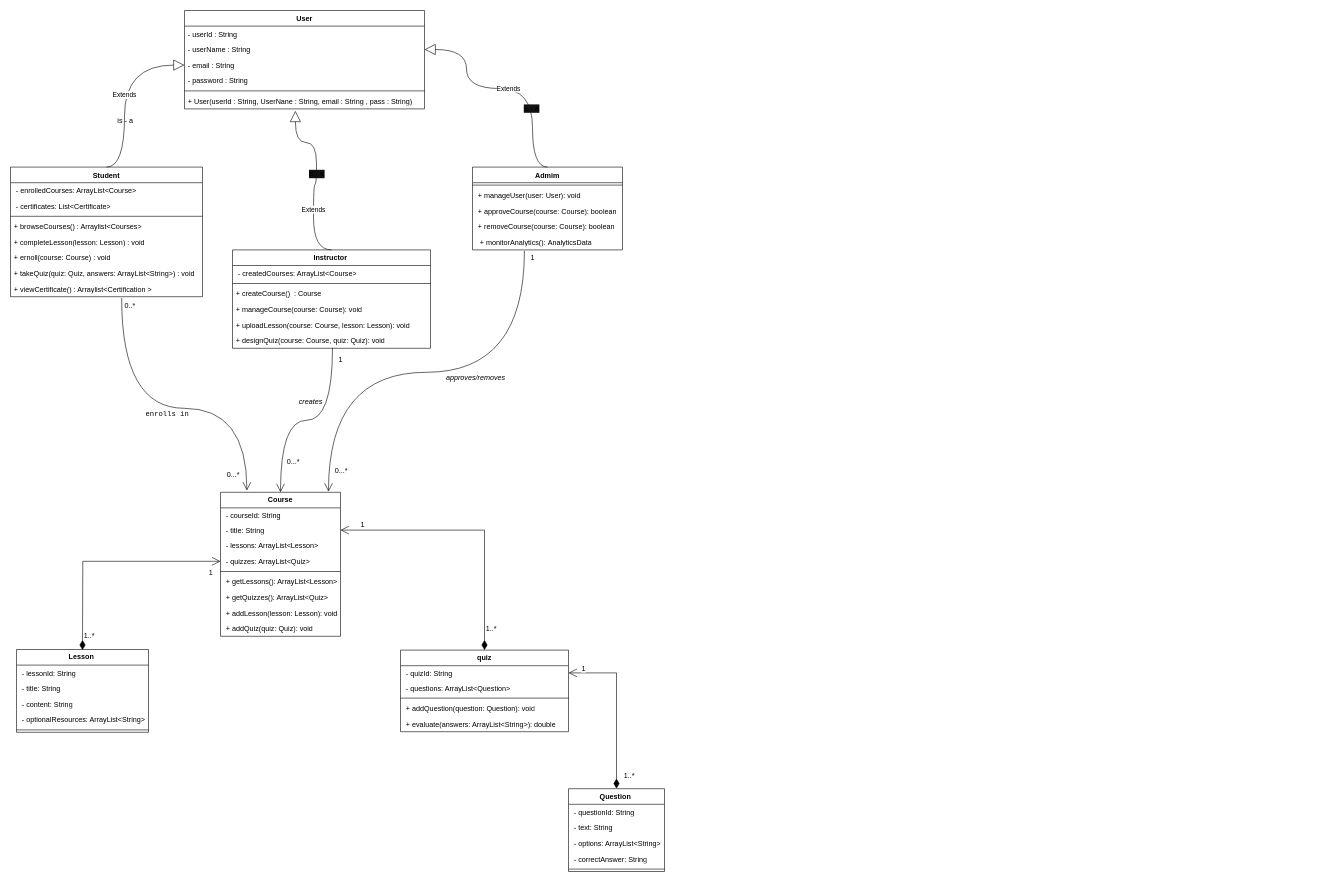
Above: Class Diagram.drawio in Abd-El-Rahman-Mohammed-Aref/Lab6 (draw.io), before the change. Source tidied: cells renumbered, new cells numbered last; positions are measured from the earlier drawing's top-left corner, leaving out a move shared by most shapes. Both pictures are drawn from the tidied source at 60%, with x=0, y=0 at pixel (10, 10).
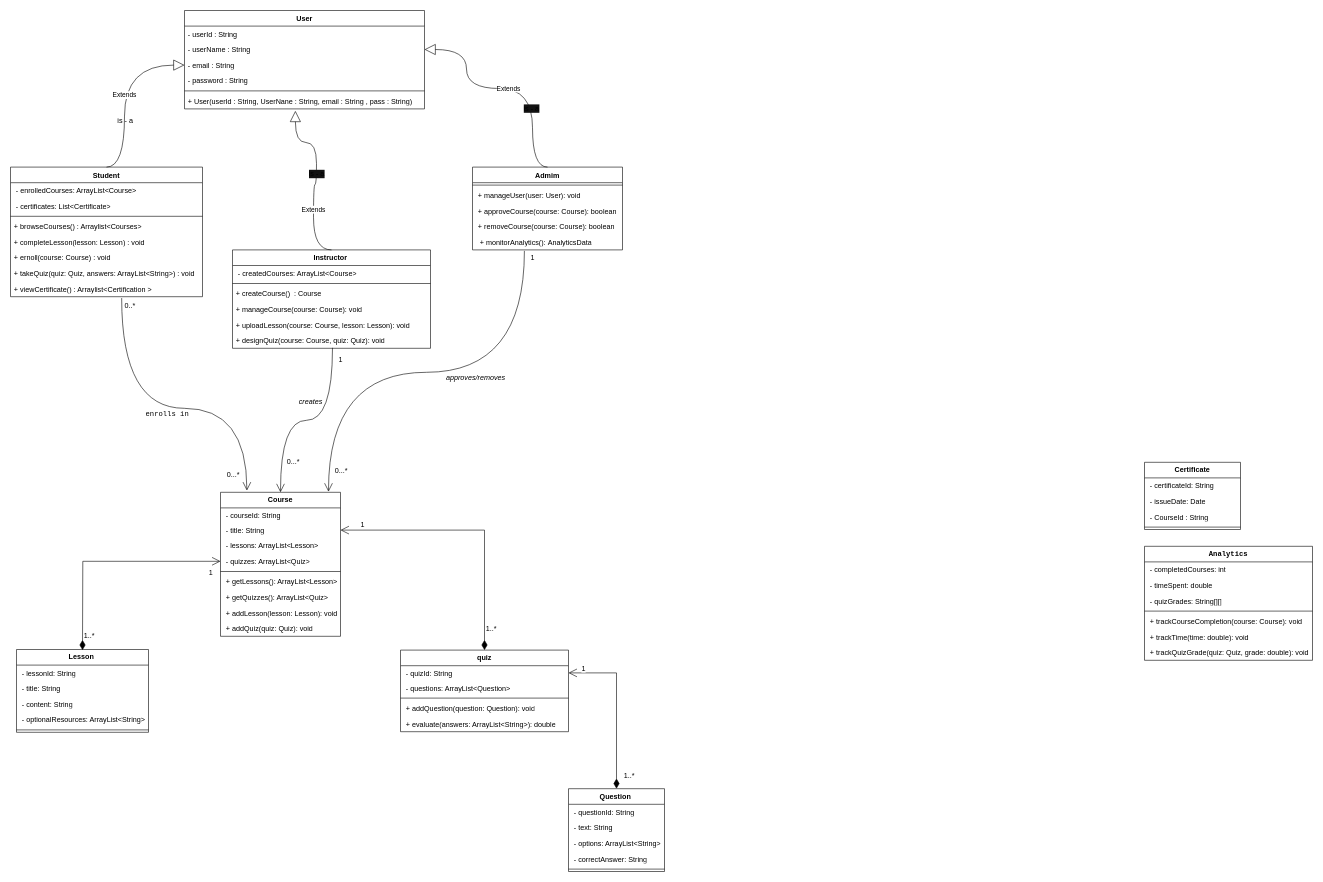
The same page after the edit.

Commit message:
create Analytics, Certificate

Change to the diagram source:
```diff
@@
+    <mxCell id="84" value="Certificate" style="swimlane;fontStyle=1;align=center;verticalAlign=top;horizontal=1;startSize=26;whiteSpace=wrap;html=1;strokeColor=inherit;strokeWidth=1;spacingLeft=3;spacingRight=3;spacingTop=-1;fontFamily=Helvetica;fontSize=12;fontColor=default;labelBackgroundColor=default;fillColor=none;" parent="1" vertex="1">
+      <mxGeometry x="1890" y="753" width="160" height="112" as="geometry" />
+    </mxCell>
+    <mxCell id="85" value="&amp;nbsp;&lt;span style=&quot;background-color: light-dark(#ffffff, var(--ge-dark-color, #121212)); color: light-dark(rgb(0, 0, 0), rgb(255, 255, 255));&quot;&gt;- certificateId: String&lt;/span&gt;" style="text;strokeColor=none;fillColor=none;align=left;verticalAlign=top;spacingLeft=4;spacingRight=4;overflow=hidden;whiteSpace=wrap;html=1;fontFamily=Helvetica;fontSize=12;fontColor=default;labelBackgroundColor=default;" parent="84" vertex="1">
+      <mxGeometry y="26" width="160" height="26" as="geometry" />
+    </mxCell>
+    <mxCell id="86" value="&amp;nbsp;&lt;span style=&quot;background-color: light-dark(#ffffff, var(--ge-dark-color, #121212)); color: light-dark(rgb(0, 0, 0), rgb(255, 255, 255));&quot;&gt;- issueDate: Date&lt;/span&gt;" style="text;strokeColor=none;fillColor=none;align=left;verticalAlign=top;spacingLeft=4;spacingRight=4;overflow=hidden;whiteSpace=wrap;html=1;fontFamily=Helvetica;fontSize=12;fontColor=default;labelBackgroundColor=default;" parent="84" vertex="1">
+      <mxGeometry y="52" width="160" height="26" as="geometry" />
+    </mxCell>
+    <mxCell id="87" value="&amp;nbsp;- CourseId : String" style="text;strokeColor=none;fillColor=none;align=left;verticalAlign=top;spacingLeft=4;spacingRight=4;overflow=hidden;whiteSpace=wrap;html=1;fontFamily=Helvetica;fontSize=12;fontColor=default;labelBackgroundColor=default;" parent="84" vertex="1">
+      <mxGeometry y="78" width="160" height="26" as="geometry" />
+    </mxCell>
+    <mxCell id="88" style="line;strokeWidth=1;fillColor=none;align=left;verticalAlign=middle;spacingTop=-1;spacingLeft=3;spacingRight=3;labelPosition=right;strokeColor=inherit;fontFamily=Helvetica;fontSize=12;fontColor=default;labelBackgroundColor=default;" parent="84" vertex="1">
+      <mxGeometry y="104" width="160" height="8" as="geometry" />
+    </mxCell>
+    <mxCell id="89" value="&lt;strong style=&quot;background-color: light-dark(#ffffff, var(--ge-dark-color, #121212)); color: light-dark(rgb(0, 0, 0), rgb(255, 255, 255));&quot;&gt;&lt;code&gt;Analytics&lt;/code&gt;&lt;/strong&gt;" style="swimlane;fontStyle=1;align=center;verticalAlign=top;horizontal=1;startSize=26;whiteSpace=wrap;html=1;strokeColor=inherit;strokeWidth=1;spacingLeft=3;spacingRight=3;spacingTop=-1;fontFamily=Helvetica;fontSize=12;fontColor=default;labelBackgroundColor=default;fillColor=none;" parent="1" vertex="1">
+      <mxGeometry x="1890" y="893" width="280" height="190" as="geometry" />
+    </mxCell>
+    <mxCell id="90" value="&amp;nbsp;&lt;span style=&quot;background-color: light-dark(#ffffff, var(--ge-dark-color, #121212)); color: light-dark(rgb(0, 0, 0), rgb(255, 255, 255));&quot;&gt;- completedCourses: int&lt;/span&gt;" style="text;strokeColor=none;fillColor=none;align=left;verticalAlign=top;spacingLeft=4;spacingRight=4;overflow=hidden;whiteSpace=wrap;html=1;fontFamily=Helvetica;fontSize=12;fontColor=default;labelBackgroundColor=default;" parent="89" vertex="1">
+      <mxGeometry y="26" width="280" height="26" as="geometry" />
+    </mxCell>
+    <mxCell id="91" value="&amp;nbsp;&lt;span style=&quot;background-color: light-dark(#ffffff, var(--ge-dark-color, #121212)); color: light-dark(rgb(0, 0, 0), rgb(255, 255, 255));&quot;&gt;- timeSpent: double&lt;/span&gt;" style="text;strokeColor=none;fillColor=none;align=left;verticalAlign=top;spacingLeft=4;spacingRight=4;overflow=hidden;whiteSpace=wrap;html=1;fontFamily=Helvetica;fontSize=12;fontColor=default;labelBackgroundColor=default;" parent="89" vertex="1">
+      <mxGeometry y="52" width="280" height="26" as="geometry" />
+    </mxCell>
+    <mxCell id="92" value="&amp;nbsp;&lt;span style=&quot;background-color: light-dark(#ffffff, var(--ge-dark-color, #121212)); color: light-dark(rgb(0, 0, 0), rgb(255, 255, 255));&quot;&gt;- quizGrades: String[][]&lt;/span&gt;" style="text;strokeColor=none;fillColor=none;align=left;verticalAlign=top;spacingLeft=4;spacingRight=4;overflow=hidden;whiteSpace=wrap;html=1;fontFamily=Helvetica;fontSize=12;fontColor=default;labelBackgroundColor=default;" parent="89" vertex="1">
+      <mxGeometry y="78" width="280" height="26" as="geometry" />
+    </mxCell>
+    <mxCell id="93" style="line;strokeWidth=1;fillColor=none;align=left;verticalAlign=middle;spacingTop=-1;spacingLeft=3;spacingRight=3;labelPosition=right;strokeColor=inherit;fontFamily=Helvetica;fontSize=12;fontColor=default;labelBackgroundColor=default;" parent="89" vertex="1">
+      <mxGeometry y="104" width="280" height="8" as="geometry" />
+    </mxCell>
+    <mxCell id="94" value="&amp;nbsp;&lt;span style=&quot;background-color: light-dark(#ffffff, var(--ge-dark-color, #121212)); color: light-dark(rgb(0, 0, 0), rgb(255, 255, 255));&quot;&gt;+ trackCourseCompletion(course: Course): void&lt;/span&gt;" style="text;strokeColor=none;fillColor=none;align=left;verticalAlign=top;spacingLeft=4;spacingRight=4;overflow=hidden;whiteSpace=wrap;html=1;fontFamily=Helvetica;fontSize=12;fontColor=default;labelBackgroundColor=default;" parent="89" vertex="1">
+      <mxGeometry y="112" width="280" height="26" as="geometry" />
+    </mxCell>
+    <mxCell id="95" value="&amp;nbsp;&lt;span style=&quot;background-color: light-dark(#ffffff, var(--ge-dark-color, #121212)); color: light-dark(rgb(0, 0, 0), rgb(255, 255, 255));&quot;&gt;+ trackTime(time: double): void&lt;/span&gt;" style="text;strokeColor=none;fillColor=none;align=left;verticalAlign=top;spacingLeft=4;spacingRight=4;overflow=hidden;whiteSpace=wrap;html=1;fontFamily=Helvetica;fontSize=12;fontColor=default;labelBackgroundColor=default;" parent="89" vertex="1">
+      <mxGeometry y="138" width="280" height="26" as="geometry" />
+    </mxCell>
+    <mxCell id="96" value="&amp;nbsp;&lt;span style=&quot;background-color: light-dark(#ffffff, var(--ge-dark-color, #121212)); color: light-dark(rgb(0, 0, 0), rgb(255, 255, 255));&quot;&gt;+ trackQuizGrade(quiz: Quiz, grade: double): void&lt;/span&gt;" style="text;strokeColor=none;fillColor=none;align=left;verticalAlign=top;spacingLeft=4;spacingRight=4;overflow=hidden;whiteSpace=wrap;html=1;fontFamily=Helvetica;fontSize=12;fontColor=default;labelBackgroundColor=default;" parent="89" vertex="1">
+      <mxGeometry y="164" width="280" height="26" as="geometry" />
+    </mxCell>
```
